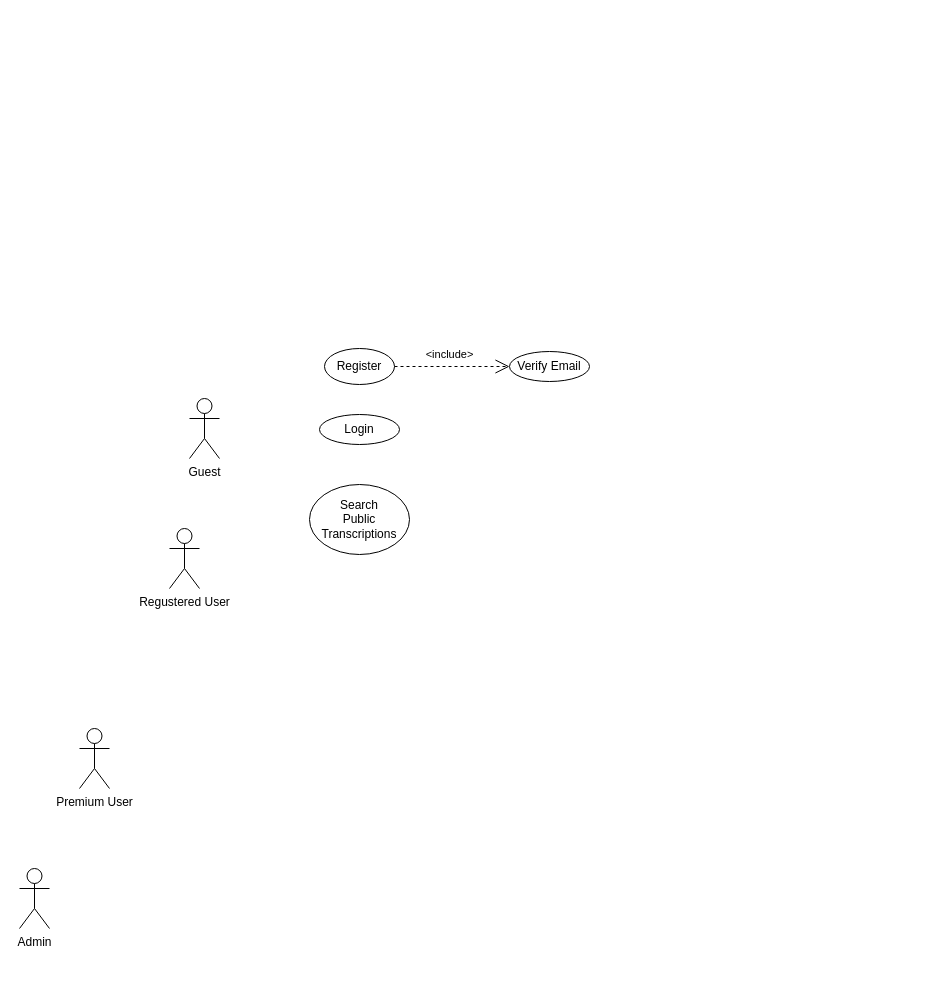
The draw.io diagram thesis/diagrams/use_case.drawio in mj300405/TuneScript, before the edit. Source tidied: cells renumbered, new cells numbered last; positions are measured from the earlier drawing's top-left corner, leaving out a move shared by most shapes. Both pictures are drawn from the tidied source at 100%, with x=0, y=0 at pixel (19, 348).
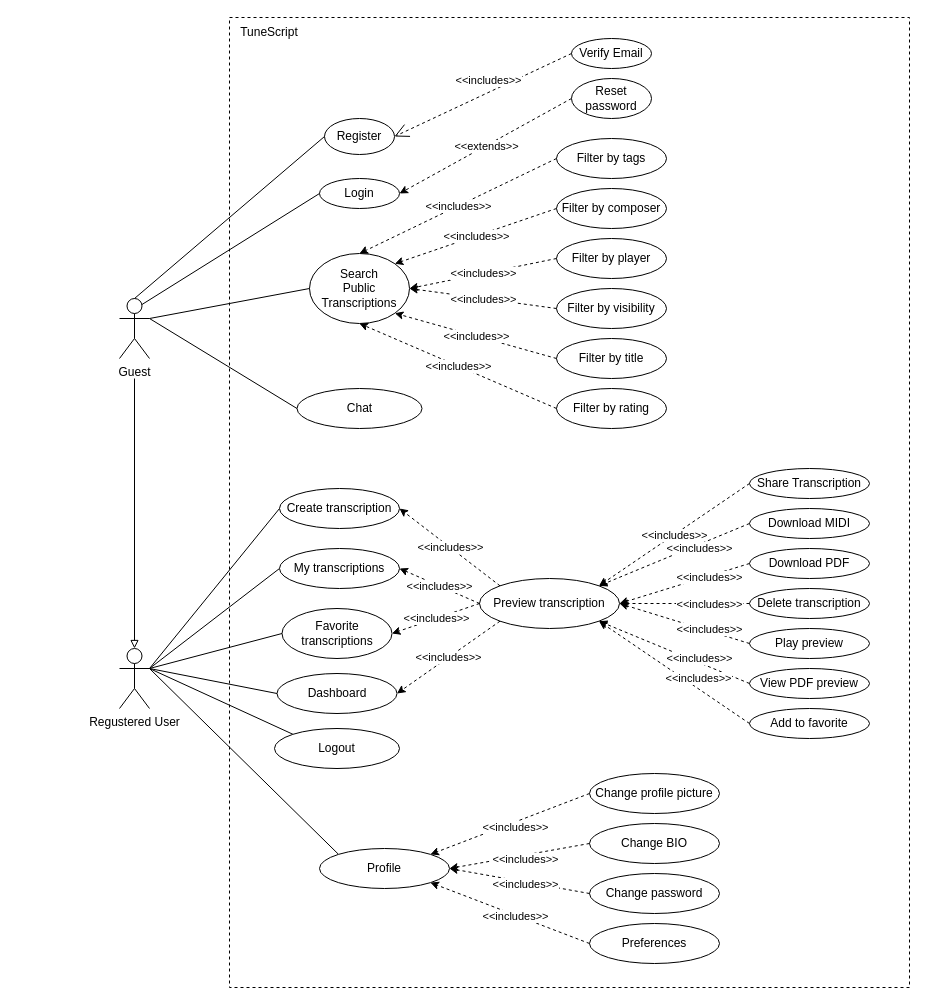
The same page after the edit.

Commit message (it also covers changes not shown here):
create use case diagram

The edit, as a diff of the source:
```diff
@@
+    <mxCell id="11" style="edgeStyle=none;html=1;exitX=1;exitY=0.3333333333333333;exitDx=0;exitDy=0;exitPerimeter=0;entryX=0;entryY=0.5;entryDx=0;entryDy=0;endArrow=none;endFill=0;" parent="1" edge="1" source="2" target="68">
+      <mxGeometry relative="1" as="geometry" />
+    </mxCell>
     <mxCell id="2" value="Guest" style="shape=umlActor;verticalLabelPosition=bottom;verticalAlign=top;html=1;outlineConnect=0;" parent="1" vertex="1">
-      <mxGeometry x="170" y="50" width="30" height="60" as="geometry" />
+      <mxGeometry x="100" y="-50" width="30" height="60" as="geometry" />
     </mxCell>
+    <mxCell id="12" style="edgeStyle=none;html=1;exitX=1;exitY=0.3333333333333333;exitDx=0;exitDy=0;exitPerimeter=0;entryX=0;entryY=0.5;entryDx=0;entryDy=0;endArrow=none;endFill=0;" parent="1" edge="1" source="3" target="42">
+      <mxGeometry relative="1" as="geometry" />
+    </mxCell>
+    <mxCell id="13" style="edgeStyle=none;html=1;exitX=1;exitY=0.3333333333333333;exitDx=0;exitDy=0;exitPerimeter=0;entryX=0;entryY=0.5;entryDx=0;entryDy=0;endArrow=none;endFill=0;" parent="1" edge="1" source="3" target="43">
+      <mxGeometry relative="1" as="geometry" />
+    </mxCell>
+    <mxCell id="14" style="edgeStyle=none;html=1;exitX=1;exitY=0.3333333333333333;exitDx=0;exitDy=0;exitPerimeter=0;entryX=0;entryY=0.5;entryDx=0;entryDy=0;endArrow=none;endFill=0;" parent="1" edge="1" source="3" target="44">
+      <mxGeometry relative="1" as="geometry" />
+    </mxCell>
+    <mxCell id="15" style="edgeStyle=none;html=1;exitX=1;exitY=0.3333333333333333;exitDx=0;exitDy=0;exitPerimeter=0;entryX=0;entryY=0.5;entryDx=0;entryDy=0;endArrow=none;endFill=0;" parent="1" edge="1" source="3" target="56">
+      <mxGeometry relative="1" as="geometry" />
+    </mxCell>
+    <mxCell id="16" style="edgeStyle=none;html=1;exitX=1;exitY=0.3333333333333333;exitDx=0;exitDy=0;exitPerimeter=0;entryX=0;entryY=0;entryDx=0;entryDy=0;endArrow=none;endFill=0;" parent="1" edge="1" source="3" target="62">
+      <mxGeometry relative="1" as="geometry" />
+    </mxCell>
+    <mxCell id="17" style="edgeStyle=none;html=1;exitX=1;exitY=0.3333333333333333;exitDx=0;exitDy=0;exitPerimeter=0;entryX=0;entryY=0;entryDx=0;entryDy=0;endArrow=none;endFill=0;" parent="1" edge="1" source="3" target="63">
+      <mxGeometry relative="1" as="geometry" />
+    </mxCell>
     <mxCell id="3" value="Regustered User" style="shape=umlActor;verticalLabelPosition=bottom;verticalAlign=top;html=1;outlineConnect=0;" parent="1" vertex="1">
-      <mxGeometry x="150" y="180" width="30" height="60" as="geometry" />
+      <mxGeometry x="100" y="300" width="30" height="60" as="geometry" />
     </mxCell>
-    <mxCell id="4" value="Premium User" style="shape=umlActor;verticalLabelPosition=bottom;verticalAlign=top;html=1;" parent="1" vertex="1">
-      <mxGeometry x="60" y="380" width="30" height="60" as="geometry" />
-    </mxCell>
-    <mxCell id="5" value="Admin" style="shape=umlActor;verticalLabelPosition=bottom;verticalAlign=top;html=1;" parent="1" vertex="1">
-      <mxGeometry y="520" width="30" height="60" as="geometry" />
-    </mxCell>
     <mxCell id="6" value="Register" style="ellipse;whiteSpace=wrap;html=1;" parent="1" vertex="1">
-      <mxGeometry x="305" width="70" height="36" as="geometry" />
+      <mxGeometry x="305" y="-230" width="70" height="36" as="geometry" />
     </mxCell>
     <mxCell id="7" value="Verify Email" style="ellipse;whiteSpace=wrap;html=1;" parent="1" vertex="1">
-      <mxGeometry x="490" y="3" width="80" height="30" as="geometry" />
+      <mxGeometry x="552" y="-310" width="80" height="30" as="geometry" />
     </mxCell>
-    <mxCell id="8" value="&amp;lt;include&amp;gt;" style="endArrow=open;endSize=12;dashed=1;html=1;rounded=0;exitX=1;exitY=0.5;exitDx=0;exitDy=0;entryX=0;entryY=0.5;entryDx=0;entryDy=0;" parent="1" edge="1" source="6" target="7">
-      <mxGeometry x="-0.04" y="12" relative="1" as="geometry" />
+    <mxCell id="8" value="&amp;lt;&amp;lt;includes&amp;gt;&amp;gt;" style="endArrow=open;endSize=12;dashed=1;html=1;rounded=0;entryX=1;entryY=0.5;entryDx=0;entryDy=0;exitX=0;exitY=0.5;exitDx=0;exitDy=0;" parent="1" edge="1" source="7" target="6">
+      <mxGeometry x="-0.11" y="-11" relative="1" as="geometry" />
     </mxCell>
     <mxCell id="9" value="Login" style="ellipse;whiteSpace=wrap;html=1;" parent="1" vertex="1">
-      <mxGeometry x="300" y="66" width="80" height="30" as="geometry" />
+      <mxGeometry x="300" y="-170" width="80" height="30" as="geometry" />
     </mxCell>
     <mxCell id="10" value="Search&lt;div&gt;Public&lt;/div&gt;&lt;div&gt;Transcriptions&lt;/div&gt;" style="ellipse;whiteSpace=wrap;html=1;" parent="1" vertex="1">
-      <mxGeometry x="290" y="136" width="100" height="70" as="geometry" />
+      <mxGeometry x="290" y="-95" width="100" height="70" as="geometry" />
     </mxCell>
+    <mxCell id="18" value="Filter by tags" style="ellipse;whiteSpace=wrap;html=1;" parent="1" vertex="1">
+      <mxGeometry x="537" y="-210" width="110" height="40" as="geometry" />
+    </mxCell>
+    <mxCell id="19" value="Filter by composer" style="ellipse;whiteSpace=wrap;html=1;" parent="1" vertex="1">
+      <mxGeometry x="537" y="-160" width="110" height="40" as="geometry" />
+    </mxCell>
+    <mxCell id="20" value="Filter by player" style="ellipse;whiteSpace=wrap;html=1;" parent="1" vertex="1">
+      <mxGeometry x="537" y="-110" width="110" height="40" as="geometry" />
+    </mxCell>
+    <mxCell id="21" value="Filter by visibility" style="ellipse;whiteSpace=wrap;html=1;" parent="1" vertex="1">
+      <mxGeometry x="537" y="-60" width="110" height="40" as="geometry" />
+    </mxCell>
+    <mxCell id="22" value="Filter by title" style="ellipse;whiteSpace=wrap;html=1;" parent="1" vertex="1">
+      <mxGeometry x="537" y="-10" width="110" height="40" as="geometry" />
+    </mxCell>
+    <mxCell id="23" value="Filter by rating" style="ellipse;whiteSpace=wrap;html=1;" parent="1" vertex="1">
+      <mxGeometry x="537" y="40" width="110" height="40" as="geometry" />
+    </mxCell>
+    <mxCell id="24" style="endArrow=classic;html=1;exitX=0;exitY=0.5;exitDx=0;exitDy=0;entryX=1;entryY=0.5;entryDx=0;entryDy=0;dashed=1;" parent="1" edge="1" source="21" target="10">
+      <mxGeometry relative="1" as="geometry" />
+    </mxCell>
+    <mxCell id="25" value="&amp;lt;&amp;lt;includes&amp;gt;&amp;gt;" style="edgeLabel;html=1;align=center;verticalAlign=middle;" parent="24" vertex="1">
+      <mxGeometry relative="1" as="geometry" />
+    </mxCell>
+    <mxCell id="26" style="endArrow=classic;html=1;exitX=0;exitY=0.5;exitDx=0;exitDy=0;entryX=1;entryY=1;entryDx=0;entryDy=0;dashed=1;" parent="1" edge="1" source="22" target="10">
+      <mxGeometry relative="1" as="geometry" />
+    </mxCell>
+    <mxCell id="27" value="&amp;lt;&amp;lt;includes&amp;gt;&amp;gt;" style="edgeLabel;html=1;align=center;verticalAlign=middle;" parent="26" vertex="1">
+      <mxGeometry relative="1" as="geometry" />
+    </mxCell>
+    <mxCell id="28" style="endArrow=classic;html=1;exitX=0;exitY=0.5;exitDx=0;exitDy=0;entryX=0.5;entryY=1;entryDx=0;entryDy=0;dashed=1;" parent="1" edge="1" source="23" target="10">
+      <mxGeometry relative="1" as="geometry" />
+    </mxCell>
+    <mxCell id="29" value="&amp;lt;&amp;lt;includes&amp;gt;&amp;gt;" style="edgeLabel;html=1;align=center;verticalAlign=middle;" parent="28" vertex="1">
+      <mxGeometry relative="1" as="geometry" />
+    </mxCell>
+    <mxCell id="30" style="endArrow=classic;html=1;exitX=0;exitY=0.5;exitDx=0;exitDy=0;entryX=1;entryY=0.5;entryDx=0;entryDy=0;dashed=1;" parent="1" edge="1" source="20" target="10">
+      <mxGeometry relative="1" as="geometry" />
+    </mxCell>
+    <mxCell id="31" value="&amp;lt;&amp;lt;includes&amp;gt;&amp;gt;" style="edgeLabel;html=1;align=center;verticalAlign=middle;" parent="30" vertex="1">
+      <mxGeometry relative="1" as="geometry" />
+    </mxCell>
+    <mxCell id="32" style="endArrow=classic;html=1;exitX=0;exitY=0.5;exitDx=0;exitDy=0;entryX=1;entryY=0;entryDx=0;entryDy=0;dashed=1;" parent="1" edge="1" source="19" target="10">
+      <mxGeometry relative="1" as="geometry" />
+    </mxCell>
+    <mxCell id="33" value="&amp;lt;&amp;lt;includes&amp;gt;&amp;gt;" style="edgeLabel;html=1;align=center;verticalAlign=middle;" parent="32" vertex="1">
+      <mxGeometry relative="1" as="geometry" />
+    </mxCell>
+    <mxCell id="34" style="endArrow=classic;html=1;exitX=0;exitY=0.5;exitDx=0;exitDy=0;entryX=0.5;entryY=0;entryDx=0;entryDy=0;dashed=1;" parent="1" edge="1" source="18" target="10">
+      <mxGeometry relative="1" as="geometry" />
+    </mxCell>
+    <mxCell id="35" value="&amp;lt;&amp;lt;includes&amp;gt;&amp;gt;" style="edgeLabel;html=1;align=center;verticalAlign=middle;" parent="34" vertex="1">
+      <mxGeometry relative="1" as="geometry" />
+    </mxCell>
+    <mxCell id="36" style="endArrow=classic;html=1;exitX=0;exitY=0.5;exitDx=0;exitDy=0;entryX=1;entryY=0.5;entryDx=0;entryDy=0;dashed=1;" parent="1" edge="1" source="38" target="9">
+      <mxGeometry relative="1" as="geometry" />
+    </mxCell>
+    <mxCell id="37" value="&amp;lt;&amp;lt;extends&amp;gt;&amp;gt;" style="edgeLabel;html=1;align=center;verticalAlign=middle;" parent="36" vertex="1">
+      <mxGeometry relative="1" as="geometry" />
+    </mxCell>
+    <mxCell id="38" value="Reset password" style="ellipse;whiteSpace=wrap;html=1;" parent="1" vertex="1">
+      <mxGeometry x="552" y="-270" width="80" height="40" as="geometry" />
+    </mxCell>
+    <mxCell id="39" style="endArrow=none;html=1;entryX=0;entryY=0.5;entryDx=0;entryDy=0;exitX=1;exitY=0.3333333333333333;exitDx=0;exitDy=0;exitPerimeter=0;" parent="1" edge="1" source="2" target="10">
+      <mxGeometry relative="1" as="geometry" />
+    </mxCell>
+    <mxCell id="40" style="endArrow=none;html=1;exitX=0.75;exitY=0.1;exitDx=0;exitDy=0;exitPerimeter=0;entryX=0;entryY=0.5;entryDx=0;entryDy=0;" parent="1" edge="1" source="2" target="9">
+      <mxGeometry relative="1" as="geometry" />
+    </mxCell>
+    <mxCell id="41" style="endArrow=none;html=1;exitX=0.5;exitY=0;exitDx=0;exitDy=0;exitPerimeter=0;entryX=0;entryY=0.5;entryDx=0;entryDy=0;" parent="1" edge="1" source="2" target="6">
+      <mxGeometry relative="1" as="geometry" />
+    </mxCell>
+    <mxCell id="42" value="Create transcription" style="ellipse;whiteSpace=wrap;html=1;" parent="1" vertex="1">
+      <mxGeometry x="260" y="140" width="120" height="40" as="geometry" />
+    </mxCell>
+    <mxCell id="43" value="My transcriptions" style="ellipse;whiteSpace=wrap;html=1;" parent="1" vertex="1">
+      <mxGeometry x="260" y="200" width="120" height="40" as="geometry" />
+    </mxCell>
+    <mxCell id="44" value="Favorite transcriptions" style="ellipse;whiteSpace=wrap;html=1;" parent="1" vertex="1">
+      <mxGeometry x="262.5" y="260" width="110" height="50" as="geometry" />
+    </mxCell>
+    <mxCell id="45" value="Preview transcription" style="ellipse;whiteSpace=wrap;html=1;" parent="1" vertex="1">
+      <mxGeometry x="460" y="230" width="140" height="50" as="geometry" />
+    </mxCell>
+    <mxCell id="46" style="endArrow=classic;html=1;exitX=0;exitY=0;exitDx=0;exitDy=0;dashed=1;entryX=1;entryY=0.5;entryDx=0;entryDy=0;" parent="1" edge="1" source="45" target="42">
+      <mxGeometry relative="1" as="geometry" />
+    </mxCell>
+    <mxCell id="47" value="&amp;lt;&amp;lt;includes&amp;gt;&amp;gt;" style="edgeLabel;html=1;align=center;verticalAlign=middle;" parent="46" vertex="1">
+      <mxGeometry relative="1" as="geometry" />
+    </mxCell>
+    <mxCell id="48" style="endArrow=classic;html=1;exitX=0;exitY=0.5;exitDx=0;exitDy=0;entryX=1;entryY=0.5;entryDx=0;entryDy=0;dashed=1;" parent="1" edge="1" source="45" target="43">
+      <mxGeometry relative="1" as="geometry" />
+    </mxCell>
+    <mxCell id="49" value="&amp;lt;&amp;lt;includes&amp;gt;&amp;gt;" style="edgeLabel;html=1;align=center;verticalAlign=middle;" parent="48" vertex="1">
+      <mxGeometry relative="1" as="geometry" />
+    </mxCell>
+    <mxCell id="50" style="endArrow=classic;html=1;exitX=0;exitY=0.5;exitDx=0;exitDy=0;entryX=1;entryY=0.5;entryDx=0;entryDy=0;dashed=1;" parent="1" edge="1" source="45" target="44">
+      <mxGeometry relative="1" as="geometry" />
+    </mxCell>
+    <mxCell id="51" value="&amp;lt;&amp;lt;includes&amp;gt;&amp;gt;" style="edgeLabel;html=1;align=center;verticalAlign=middle;" parent="50" vertex="1">
+      <mxGeometry relative="1" as="geometry" />
+    </mxCell>
+    <mxCell id="52" value="Share Transcription" style="ellipse;whiteSpace=wrap;html=1;" parent="1" vertex="1">
+      <mxGeometry x="730" y="120" width="120" height="30" as="geometry" />
+    </mxCell>
+    <mxCell id="53" value="Download MIDI" style="ellipse;whiteSpace=wrap;html=1;" parent="1" vertex="1">
+      <mxGeometry x="730" y="160" width="120" height="30" as="geometry" />
+    </mxCell>
+    <mxCell id="54" value="Download PDF" style="ellipse;whiteSpace=wrap;html=1;" parent="1" vertex="1">
+      <mxGeometry x="730" y="200" width="120" height="30" as="geometry" />
+    </mxCell>
+    <mxCell id="55" value="Delete transcription" style="ellipse;whiteSpace=wrap;html=1;" parent="1" vertex="1">
+      <mxGeometry x="730" y="240" width="120" height="30" as="geometry" />
+    </mxCell>
+    <mxCell id="56" value="Dashboard" style="ellipse;whiteSpace=wrap;html=1;" parent="1" vertex="1">
+      <mxGeometry x="257.5" y="325" width="120" height="40" as="geometry" />
+    </mxCell>
+    <mxCell id="57" style="endArrow=classic;html=1;exitX=0;exitY=1;exitDx=0;exitDy=0;entryX=1;entryY=0.5;entryDx=0;entryDy=0;dashed=1;" parent="1" edge="1" source="45" target="56">
+      <mxGeometry relative="1" as="geometry" />
+    </mxCell>
+    <mxCell id="58" value="&amp;lt;&amp;lt;includes&amp;gt;&amp;gt;" style="edgeLabel;html=1;align=center;verticalAlign=middle;" parent="57" vertex="1">
+      <mxGeometry relative="1" as="geometry" />
+    </mxCell>
+    <mxCell id="59" value="Play preview" style="ellipse;whiteSpace=wrap;html=1;" parent="1" vertex="1">
+      <mxGeometry x="730" y="280" width="120" height="30" as="geometry" />
+    </mxCell>
+    <mxCell id="60" value="View PDF preview" style="ellipse;whiteSpace=wrap;html=1;" parent="1" vertex="1">
+      <mxGeometry x="730" y="320" width="120" height="30" as="geometry" />
+    </mxCell>
+    <mxCell id="61" value="Add to favorite" style="ellipse;whiteSpace=wrap;html=1;" parent="1" vertex="1">
+      <mxGeometry x="730" y="360" width="120" height="30" as="geometry" />
+    </mxCell>
+    <mxCell id="62" value="Logout" style="ellipse;whiteSpace=wrap;html=1;" parent="1" vertex="1">
+      <mxGeometry x="255" y="380" width="125" height="40" as="geometry" />
+    </mxCell>
+    <mxCell id="63" value="Profile" style="ellipse;whiteSpace=wrap;html=1;" parent="1" vertex="1">
+      <mxGeometry x="300" y="500" width="130" height="40" as="geometry" />
+    </mxCell>
+    <mxCell id="64" value="Change profile picture" style="ellipse;whiteSpace=wrap;html=1;" parent="1" vertex="1">
+      <mxGeometry x="570" y="425" width="130" height="40" as="geometry" />
+    </mxCell>
+    <mxCell id="65" value="Change BIO" style="ellipse;whiteSpace=wrap;html=1;" parent="1" vertex="1">
+      <mxGeometry x="570" y="475" width="130" height="40" as="geometry" />
+    </mxCell>
+    <mxCell id="66" value="Change password" style="ellipse;whiteSpace=wrap;html=1;" parent="1" vertex="1">
+      <mxGeometry x="570" y="525" width="130" height="40" as="geometry" />
+    </mxCell>
+    <mxCell id="67" value="Preferences" style="ellipse;whiteSpace=wrap;html=1;" parent="1" vertex="1">
+      <mxGeometry x="570" y="575" width="130" height="40" as="geometry" />
+    </mxCell>
+    <mxCell id="68" value="Chat" style="ellipse;whiteSpace=wrap;html=1;" parent="1" vertex="1">
+      <mxGeometry x="277.5" y="40" width="125" height="40" as="geometry" />
+    </mxCell>
+    <mxCell id="69" style="endArrow=classic;html=1;exitX=0;exitY=0.5;exitDx=0;exitDy=0;dashed=1;entryX=1;entryY=0;entryDx=0;entryDy=0;" parent="1" edge="1" source="52" target="45">
+      <mxGeometry relative="1" as="geometry" />
+    </mxCell>
+    <mxCell id="70" value="&amp;lt;&amp;lt;includes&amp;gt;&amp;gt;" style="edgeLabel;html=1;align=center;verticalAlign=middle;" parent="69" vertex="1">
+      <mxGeometry relative="1" as="geometry" />
+    </mxCell>
+    <mxCell id="71" style="endArrow=classic;html=1;exitX=0;exitY=0.5;exitDx=0;exitDy=0;dashed=1;entryX=1;entryY=0;entryDx=0;entryDy=0;" parent="1" edge="1" source="53" target="45">
+      <mxGeometry relative="1" as="geometry" />
+    </mxCell>
+    <mxCell id="72" value="&amp;lt;&amp;lt;includes&amp;gt;&amp;gt;" style="edgeLabel;html=1;align=center;verticalAlign=middle;" parent="71" vertex="1">
+      <mxGeometry relative="1" as="geometry">
+        <mxPoint x="24" y="-6" as="offset" />
+      </mxGeometry>
+    </mxCell>
+    <mxCell id="73" style="endArrow=classic;html=1;exitX=0;exitY=0.5;exitDx=0;exitDy=0;dashed=1;entryX=1;entryY=0.5;entryDx=0;entryDy=0;" parent="1" edge="1" source="54" target="45">
+      <mxGeometry relative="1" as="geometry" />
+    </mxCell>
+    <mxCell id="74" value="&amp;lt;&amp;lt;includes&amp;gt;&amp;gt;" style="edgeLabel;html=1;align=center;verticalAlign=middle;" parent="73" vertex="1">
+      <mxGeometry relative="1" as="geometry">
+        <mxPoint x="24" y="-6" as="offset" />
+      </mxGeometry>
+    </mxCell>
+    <mxCell id="75" style="endArrow=classic;html=1;exitX=0;exitY=0.5;exitDx=0;exitDy=0;dashed=1;entryX=1;entryY=0.5;entryDx=0;entryDy=0;" parent="1" edge="1" source="55" target="45">
+      <mxGeometry relative="1" as="geometry" />
+    </mxCell>
+    <mxCell id="76" value="&amp;lt;&amp;lt;includes&amp;gt;&amp;gt;" style="edgeLabel;html=1;align=center;verticalAlign=middle;" parent="75" vertex="1">
+      <mxGeometry relative="1" as="geometry">
+        <mxPoint x="24" as="offset" />
+      </mxGeometry>
+    </mxCell>
+    <mxCell id="77" style="endArrow=classic;html=1;exitX=0;exitY=0.5;exitDx=0;exitDy=0;dashed=1;entryX=1;entryY=0.5;entryDx=0;entryDy=0;" parent="1" edge="1" source="59" target="45">
+      <mxGeometry relative="1" as="geometry" />
+    </mxCell>
+    <mxCell id="78" value="&amp;lt;&amp;lt;includes&amp;gt;&amp;gt;" style="edgeLabel;html=1;align=center;verticalAlign=middle;" parent="77" vertex="1">
+      <mxGeometry relative="1" as="geometry">
+        <mxPoint x="24" y="5" as="offset" />
+      </mxGeometry>
+    </mxCell>
+    <mxCell id="79" style="endArrow=classic;html=1;exitX=0;exitY=0.5;exitDx=0;exitDy=0;dashed=1;entryX=1;entryY=1;entryDx=0;entryDy=0;" parent="1" edge="1" source="60" target="45">
+      <mxGeometry relative="1" as="geometry" />
+    </mxCell>
+    <mxCell id="80" value="&amp;lt;&amp;lt;includes&amp;gt;&amp;gt;" style="edgeLabel;html=1;align=center;verticalAlign=middle;" parent="79" vertex="1">
+      <mxGeometry relative="1" as="geometry">
+        <mxPoint x="24" y="5" as="offset" />
+      </mxGeometry>
+    </mxCell>
+    <mxCell id="81" style="endArrow=classic;html=1;exitX=0;exitY=0.5;exitDx=0;exitDy=0;dashed=1;entryX=1;entryY=1;entryDx=0;entryDy=0;" parent="1" edge="1" source="61" target="45">
+      <mxGeometry relative="1" as="geometry" />
+    </mxCell>
+    <mxCell id="82" value="&amp;lt;&amp;lt;includes&amp;gt;&amp;gt;" style="edgeLabel;html=1;align=center;verticalAlign=middle;" parent="81" vertex="1">
+      <mxGeometry relative="1" as="geometry">
+        <mxPoint x="24" y="6" as="offset" />
+      </mxGeometry>
+    </mxCell>
+    <mxCell id="83" style="endArrow=classic;html=1;exitX=0;exitY=0.5;exitDx=0;exitDy=0;dashed=1;entryX=1;entryY=1;entryDx=0;entryDy=0;" parent="1" edge="1" source="67" target="63">
+      <mxGeometry relative="1" as="geometry" />
+    </mxCell>
+    <mxCell id="84" value="&amp;lt;&amp;lt;includes&amp;gt;&amp;gt;" style="edgeLabel;html=1;align=center;verticalAlign=middle;" parent="83" vertex="1">
+      <mxGeometry relative="1" as="geometry">
+        <mxPoint x="5" y="3" as="offset" />
+      </mxGeometry>
+    </mxCell>
+    <mxCell id="85" style="endArrow=classic;html=1;exitX=0;exitY=0.5;exitDx=0;exitDy=0;dashed=1;entryX=1;entryY=0.5;entryDx=0;entryDy=0;" parent="1" edge="1" source="66" target="63">
+      <mxGeometry relative="1" as="geometry" />
+    </mxCell>
+    <mxCell id="86" value="&amp;lt;&amp;lt;includes&amp;gt;&amp;gt;" style="edgeLabel;html=1;align=center;verticalAlign=middle;" parent="85" vertex="1">
+      <mxGeometry relative="1" as="geometry">
+        <mxPoint x="5" y="3" as="offset" />
+      </mxGeometry>
+    </mxCell>
+    <mxCell id="87" style="endArrow=classic;html=1;exitX=0;exitY=0.5;exitDx=0;exitDy=0;dashed=1;entryX=1;entryY=0.5;entryDx=0;entryDy=0;" parent="1" edge="1" source="65" target="63">
+      <mxGeometry relative="1" as="geometry" />
+    </mxCell>
+    <mxCell id="88" value="&amp;lt;&amp;lt;includes&amp;gt;&amp;gt;" style="edgeLabel;html=1;align=center;verticalAlign=middle;" parent="87" vertex="1">
+      <mxGeometry relative="1" as="geometry">
+        <mxPoint x="5" y="3" as="offset" />
+      </mxGeometry>
+    </mxCell>
+    <mxCell id="89" style="endArrow=classic;html=1;exitX=0;exitY=0.5;exitDx=0;exitDy=0;dashed=1;entryX=1;entryY=0;entryDx=0;entryDy=0;" parent="1" edge="1" source="64" target="63">
+      <mxGeometry relative="1" as="geometry" />
+    </mxCell>
+    <mxCell id="90" value="&amp;lt;&amp;lt;includes&amp;gt;&amp;gt;" style="edgeLabel;html=1;align=center;verticalAlign=middle;" parent="89" vertex="1">
+      <mxGeometry relative="1" as="geometry">
+        <mxPoint x="5" y="3" as="offset" />
+      </mxGeometry>
+    </mxCell>
+    <mxCell id="91" style="rounded=0;whiteSpace=wrap;html=1;dashed=1;fillColor=none;" parent="1" vertex="1">
+      <mxGeometry x="210" y="-331" width="680" height="970" as="geometry" />
+    </mxCell>
+    <mxCell id="92" style="endArrow=block;html=1;endFill=0;entryX=0.5;entryY=0;entryDx=0;entryDy=0;entryPerimeter=0;" parent="1" edge="1" target="3">
+      <mxGeometry relative="1" as="geometry">
+        <mxPoint x="115" y="30" as="sourcePoint" />
+      </mxGeometry>
+    </mxCell>
+    <mxCell id="93" value="TuneScript" style="text;html=1;strokeColor=none;fillColor=none;align=center;verticalAlign=middle;whiteSpace=wrap;rounded=0;dashed=1;" parent="1" vertex="1">
+      <mxGeometry x="220" y="-331" width="60" height="30" as="geometry" />
+    </mxCell>
```
